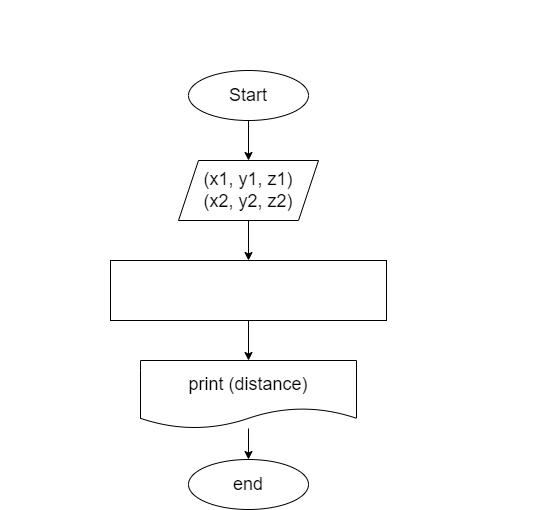
Earlier version of the draw.io export Task_21/diagrama.drawio.png (L-manakov/C-sharp). Source tidied: cells renumbered, new cells last; positions are measured from the earlier drawing's top-left corner, leaving out a move shared by most shapes.
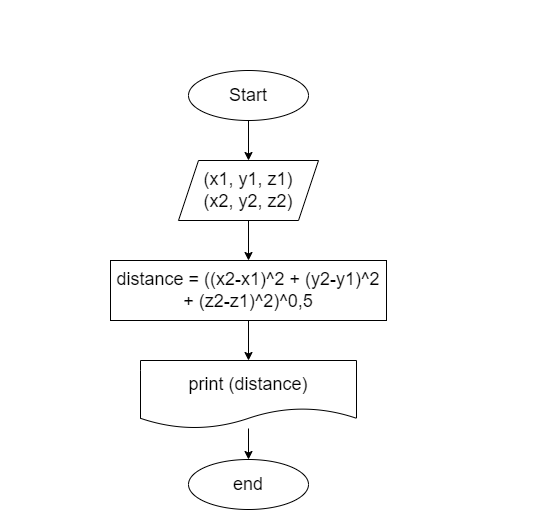
The same file after the commit.

The edit, as a diff of the source:
```diff
@@ -34,7 +34,7 @@
     <mxCell id="11" style="edgeStyle=none;html=1;fontFamily=Helvetica;fontSize=18;fontColor=#FFFFFF;" parent="1" edge="1" source="12" target="10">
       <mxGeometry relative="1" as="geometry" />
     </mxCell>
-    <mxCell id="12" value="&lt;font style=&quot;font-size: 18px&quot;&gt;distance = ((x2-x1)^2 + (y2-y1)^2 + (z2-z1)^2)^0,5&lt;/font&gt;" style="rounded=0;whiteSpace=wrap;html=1;labelBackgroundColor=none;fontFamily=Helvetica;fontColor=#FFFFFF;" parent="1" vertex="1">
+    <mxCell id="12" value="&lt;font style=&quot;font-size: 18px ; background-color: rgb(255 , 255 , 255)&quot; color=&quot;#000000&quot;&gt;distance = ((x2-x1)^2 + (y2-y1)^2 + (z2-z1)^2)^0,5&lt;/font&gt;" style="rounded=0;whiteSpace=wrap;html=1;labelBackgroundColor=none;fontFamily=Helvetica;fontColor=#FFFFFF;" parent="1" vertex="1">
       <mxGeometry x="110" y="260" width="276" height="60" as="geometry" />
     </mxCell>
   </root>
```
